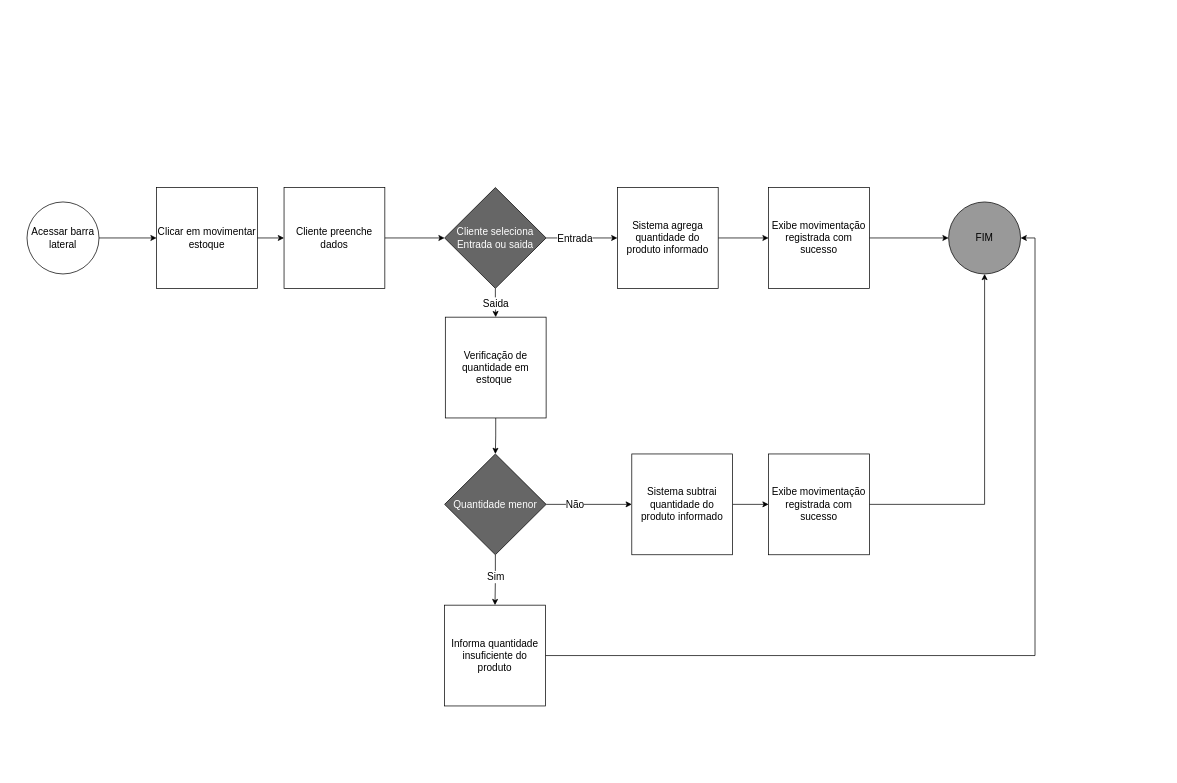
Before: page "Movimentação de estoque" (9 of 10) of fluxogramas/YS-Fluxo.drawio in eothigas/YS_Storage, a draw.io diagram. Source tidied: cells renumbered, new cells numbered last; positions are measured from the earlier drawing's top-left corner, leaving out a move shared by most shapes. Both pictures are drawn from the tidied source at 72%, with x=0, y=0 at pixel (27, 187).
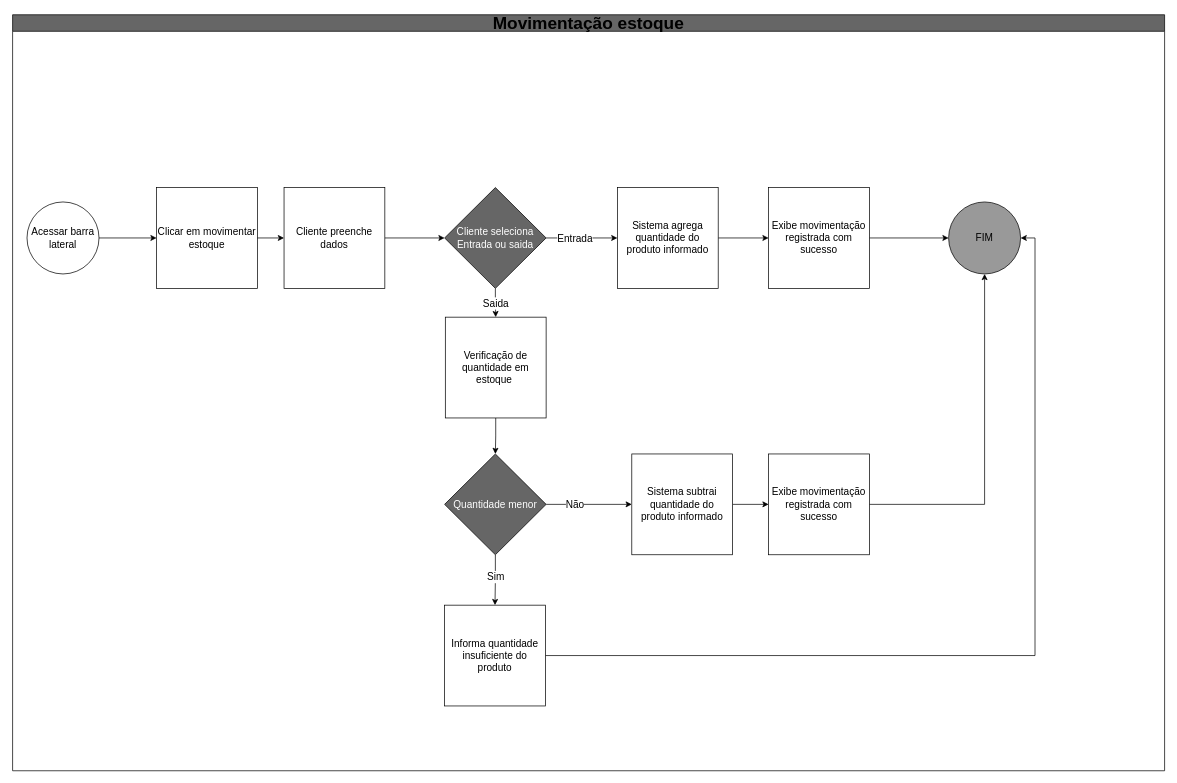
The same diagram, later.

Commit message:
Fluxo adm estoquista edição exclusão

Diff of the diagram source:
```diff
@@
+    <mxCell id="31" value="&lt;font style=&quot;font-size: 24px;&quot;&gt;Movimentação estoque&lt;/font&gt;" style="swimlane;whiteSpace=wrap;html=1;fillColor=#666666;" parent="1" vertex="1">
+      <mxGeometry x="-20" y="-240" width="1600" height="1050" as="geometry" />
+    </mxCell>
```
